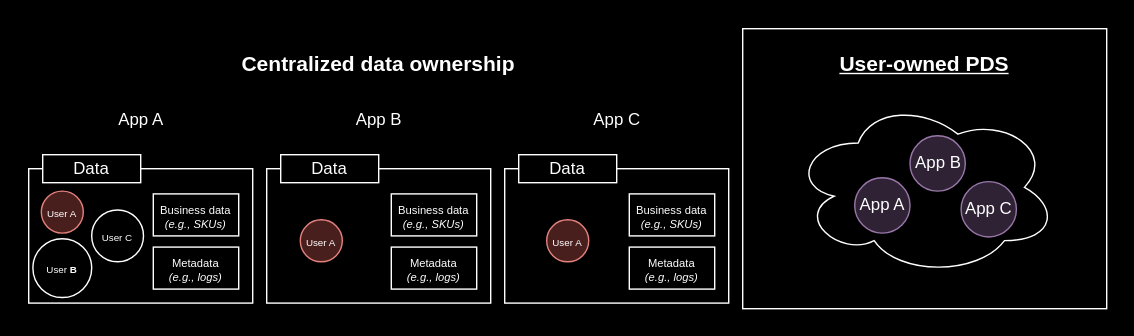
The draw.io diagram images/DataFragmentation.svg in basicdb/basic-docs, before a commit. Source tidied: cells renumbered, new cells last; positions are measured from the earlier drawing's top-left corner, leaving out a move shared by most shapes. The source it was exported from:
```xml
<mxGraphModel>
  <root>
    <mxCell id="0" />
    <mxCell id="1" parent="0" />
    <mxCell id="2" style="rounded=0;whiteSpace=wrap;html=1;hachureGap=4;fontFamily=Architects Daughter;fontSource=https%3A%2F%2Ffonts.googleapis.com%2Fcss%3Ffamily%3DArchitects%2BDaughter;strokeColor=none;" parent="1" vertex="1">
      <mxGeometry width="810" height="240" as="geometry" />
    </mxCell>
    <mxCell id="3" value="App A" style="text;html=1;align=center;verticalAlign=middle;whiteSpace=wrap;rounded=0;fontStyle=0;" parent="1" vertex="1">
      <mxGeometry x="32.5" y="70" width="135" height="30" as="geometry" />
    </mxCell>
    <mxCell id="4" style="rounded=0;whiteSpace=wrap;html=1;" parent="1" vertex="1">
      <mxGeometry x="20" y="120" width="160" height="96" as="geometry" />
    </mxCell>
    <mxCell id="5" value="Data" style="rounded=0;whiteSpace=wrap;html=1;" parent="1" vertex="1">
      <mxGeometry x="30" y="110" width="70" height="20" as="geometry" />
    </mxCell>
    <mxCell id="6" value="&lt;font style=&quot;font-size: 7px;&quot;&gt;User &lt;b&gt;B&lt;/b&gt;&lt;/font&gt;" style="ellipse;whiteSpace=wrap;html=1;" parent="1" vertex="1">
      <mxGeometry x="23" y="170" width="42" height="42" as="geometry" />
    </mxCell>
    <mxCell id="7" value="&lt;font style=&quot;font-size: 8px;&quot;&gt;Business data&lt;/font&gt;&lt;div style=&quot;font-size: 8px;&quot;&gt;&lt;font style=&quot;font-size: 8px;&quot;&gt;&lt;i&gt;(e.g., SKUs)&lt;/i&gt;&lt;/font&gt;&lt;/div&gt;" style="whiteSpace=wrap;html=1;" parent="1" vertex="1">
      <mxGeometry x="109" y="138" width="61" height="30" as="geometry" />
    </mxCell>
    <mxCell id="8" value="&lt;font style=&quot;font-size: 8px;&quot;&gt;Metadata&lt;/font&gt;&lt;div style=&quot;font-size: 8px;&quot;&gt;&lt;font style=&quot;font-size: 8px;&quot;&gt;&lt;i&gt;(e.g., logs)&lt;/i&gt;&lt;/font&gt;&lt;/div&gt;" style="whiteSpace=wrap;html=1;" parent="1" vertex="1">
      <mxGeometry x="109" y="176" width="61" height="30" as="geometry" />
    </mxCell>
    <mxCell id="9" value="&lt;font style=&quot;font-size: 7px;&quot;&gt;User A&lt;/font&gt;" style="ellipse;whiteSpace=wrap;html=1;fillColor=#f8cecc;strokeColor=#b85450;" parent="1" vertex="1">
      <mxGeometry x="29" y="136" width="30" height="30" as="geometry" />
    </mxCell>
    <mxCell id="10" value="&lt;font style=&quot;font-size: 7px;&quot;&gt;User C&lt;/font&gt;" style="ellipse;whiteSpace=wrap;html=1;" parent="1" vertex="1">
      <mxGeometry x="65" y="149.5" width="37" height="37" as="geometry" />
    </mxCell>
    <mxCell id="11" value="App B" style="text;html=1;align=center;verticalAlign=middle;whiteSpace=wrap;rounded=0;fontStyle=0;" parent="1" vertex="1">
      <mxGeometry x="202.5" y="70" width="135" height="30" as="geometry" />
    </mxCell>
    <mxCell id="12" style="rounded=0;whiteSpace=wrap;html=1;" parent="1" vertex="1">
      <mxGeometry x="190" y="120" width="160" height="96" as="geometry" />
    </mxCell>
    <mxCell id="13" value="Data" style="rounded=0;whiteSpace=wrap;html=1;" parent="1" vertex="1">
      <mxGeometry x="200" y="110" width="70" height="20" as="geometry" />
    </mxCell>
    <mxCell id="14" value="&lt;font style=&quot;font-size: 8px;&quot;&gt;Business data&lt;/font&gt;&lt;div style=&quot;font-size: 8px;&quot;&gt;&lt;font style=&quot;font-size: 8px;&quot;&gt;&lt;i&gt;(e.g., SKUs)&lt;/i&gt;&lt;/font&gt;&lt;/div&gt;" style="whiteSpace=wrap;html=1;" parent="1" vertex="1">
      <mxGeometry x="279" y="138" width="61" height="30" as="geometry" />
    </mxCell>
    <mxCell id="15" value="&lt;font style=&quot;font-size: 8px;&quot;&gt;Metadata&lt;/font&gt;&lt;div style=&quot;font-size: 8px;&quot;&gt;&lt;font style=&quot;font-size: 8px;&quot;&gt;&lt;i&gt;(e.g., logs)&lt;/i&gt;&lt;/font&gt;&lt;/div&gt;" style="whiteSpace=wrap;html=1;" parent="1" vertex="1">
      <mxGeometry x="279" y="176" width="61" height="30" as="geometry" />
    </mxCell>
    <mxCell id="16" value="&lt;font style=&quot;font-size: 7px;&quot;&gt;User A&lt;/font&gt;" style="ellipse;whiteSpace=wrap;html=1;fillColor=#f8cecc;strokeColor=#b85450;" parent="1" vertex="1">
      <mxGeometry x="214" y="156.5" width="30" height="30" as="geometry" />
    </mxCell>
    <mxCell id="17" value="App C" style="text;html=1;align=center;verticalAlign=middle;whiteSpace=wrap;rounded=0;fontStyle=0;" parent="1" vertex="1">
      <mxGeometry x="372.5" y="70" width="135" height="30" as="geometry" />
    </mxCell>
    <mxCell id="18" style="rounded=0;whiteSpace=wrap;html=1;" parent="1" vertex="1">
      <mxGeometry x="360" y="120" width="160" height="96" as="geometry" />
    </mxCell>
    <mxCell id="19" value="Data" style="rounded=0;whiteSpace=wrap;html=1;" parent="1" vertex="1">
      <mxGeometry x="370" y="110" width="70" height="20" as="geometry" />
    </mxCell>
    <mxCell id="20" value="&lt;font style=&quot;font-size: 8px;&quot;&gt;Business data&lt;/font&gt;&lt;div style=&quot;font-size: 8px;&quot;&gt;&lt;font style=&quot;font-size: 8px;&quot;&gt;&lt;i&gt;(e.g., SKUs)&lt;/i&gt;&lt;/font&gt;&lt;/div&gt;" style="whiteSpace=wrap;html=1;" parent="1" vertex="1">
      <mxGeometry x="449" y="138" width="61" height="30" as="geometry" />
    </mxCell>
    <mxCell id="21" value="&lt;font style=&quot;font-size: 8px;&quot;&gt;Metadata&lt;/font&gt;&lt;div style=&quot;font-size: 8px;&quot;&gt;&lt;font style=&quot;font-size: 8px;&quot;&gt;&lt;i&gt;(e.g., logs)&lt;/i&gt;&lt;/font&gt;&lt;/div&gt;" style="whiteSpace=wrap;html=1;" parent="1" vertex="1">
      <mxGeometry x="449" y="176" width="61" height="30" as="geometry" />
    </mxCell>
    <mxCell id="22" value="&lt;font style=&quot;font-size: 7px;&quot;&gt;User A&lt;/font&gt;" style="ellipse;whiteSpace=wrap;html=1;fillColor=#f8cecc;strokeColor=#b85450;" parent="1" vertex="1">
      <mxGeometry x="390" y="156.5" width="30" height="30" as="geometry" />
    </mxCell>
    <mxCell id="23" value="&lt;font style=&quot;font-size: 15px;&quot;&gt;Centralized data ownership&lt;/font&gt;" style="text;html=1;align=center;verticalAlign=middle;whiteSpace=wrap;rounded=0;fontStyle=1;" parent="1" vertex="1">
      <mxGeometry x="168.1" y="30" width="203.8" height="30" as="geometry" />
    </mxCell>
    <mxCell id="24" style="rounded=0;whiteSpace=wrap;html=1;" parent="1" vertex="1">
      <mxGeometry x="530" y="20" width="260" height="200" as="geometry" />
    </mxCell>
    <mxCell id="25" value="&lt;font style=&quot;font-size: 15px;&quot;&gt;User-owned PDS&lt;/font&gt;" style="text;html=1;align=center;verticalAlign=middle;whiteSpace=wrap;rounded=0;fontStyle=5;" parent="1" vertex="1">
      <mxGeometry x="576.2" y="30" width="167.5" height="30" as="geometry" />
    </mxCell>
    <mxCell id="26" style="ellipse;shape=cloud;whiteSpace=wrap;html=1;" parent="1" vertex="1">
      <mxGeometry x="565" y="70" width="190" height="126.7" as="geometry" />
    </mxCell>
    <mxCell id="27" value="App A" style="ellipse;whiteSpace=wrap;html=1;fillColor=#e1d5e7;strokeColor=#9673a6;" parent="1" vertex="1">
      <mxGeometry x="610" y="126.5" width="39.5" height="39.5" as="geometry" />
    </mxCell>
    <mxCell id="28" value="App B" style="ellipse;whiteSpace=wrap;html=1;fillColor=#e1d5e7;strokeColor=#9673a6;" parent="1" vertex="1">
      <mxGeometry x="649.5" y="96.5" width="39.5" height="39.5" as="geometry" />
    </mxCell>
    <mxCell id="29" value="App C" style="ellipse;whiteSpace=wrap;html=1;fillColor=#e1d5e7;strokeColor=#9673a6;" parent="1" vertex="1">
      <mxGeometry x="686" y="129.2" width="39.5" height="39.5" as="geometry" />
    </mxCell>
  </root>
</mxGraphModel>
```
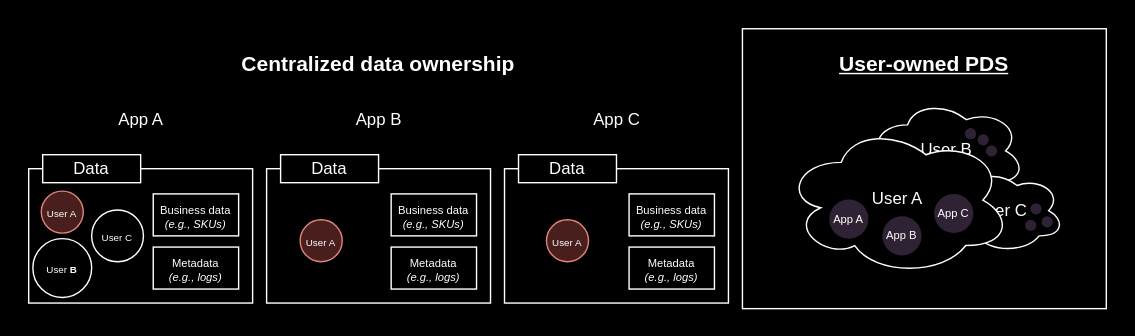
Above is the later version.

Diff of the diagram source:
```diff
@@ -74,17 +74,41 @@
     <mxCell id="25" value="&lt;font style=&quot;font-size: 15px;&quot;&gt;User-owned PDS&lt;/font&gt;" style="text;html=1;align=center;verticalAlign=middle;whiteSpace=wrap;rounded=0;fontStyle=5;" parent="1" vertex="1">
       <mxGeometry x="576.2" y="30" width="167.5" height="30" as="geometry" />
     </mxCell>
+    <mxCell id="30" value="User B" style="ellipse;shape=cloud;whiteSpace=wrap;html=1;" parent="1" vertex="1">
+      <mxGeometry x="620" y="70" width="112" height="74.7" as="geometry" />
+    </mxCell>
+    <mxCell id="31" value="User C" style="ellipse;shape=cloud;whiteSpace=wrap;html=1;" parent="1" vertex="1">
+      <mxGeometry x="670" y="120" width="90" height="60" as="geometry" />
+    </mxCell>
-    <mxCell id="26" style="ellipse;shape=cloud;whiteSpace=wrap;html=1;" parent="1" vertex="1">
-      <mxGeometry x="565" y="70" width="190" height="126.7" as="geometry" />
+    <mxCell id="26" value="User A" style="ellipse;shape=cloud;whiteSpace=wrap;html=1;" parent="1" vertex="1">
+      <mxGeometry x="560" y="88.5" width="162" height="108" as="geometry" />
     </mxCell>
-    <mxCell id="27" value="App A" style="ellipse;whiteSpace=wrap;html=1;fillColor=#e1d5e7;strokeColor=#9673a6;" parent="1" vertex="1">
-      <mxGeometry x="610" y="126.5" width="39.5" height="39.5" as="geometry" />
+    <mxCell id="27" value="App A" style="ellipse;whiteSpace=wrap;html=1;fillColor=#e1d5e7;strokeColor=none;fontSize=8;" parent="1" vertex="1">
+      <mxGeometry x="592" y="142" width="28" height="28" as="geometry" />
     </mxCell>
-    <mxCell id="28" value="App B" style="ellipse;whiteSpace=wrap;html=1;fillColor=#e1d5e7;strokeColor=#9673a6;" parent="1" vertex="1">
-      <mxGeometry x="649.5" y="96.5" width="39.5" height="39.5" as="geometry" />
+    <mxCell id="28" value="App B" style="ellipse;whiteSpace=wrap;html=1;fillColor=#e1d5e7;strokeColor=none;fontSize=8;" parent="1" vertex="1">
+      <mxGeometry x="630" y="154" width="28" height="28" as="geometry" />
     </mxCell>
-    <mxCell id="29" value="App C" style="ellipse;whiteSpace=wrap;html=1;fillColor=#e1d5e7;strokeColor=#9673a6;" parent="1" vertex="1">
-      <mxGeometry x="686" y="129.2" width="39.5" height="39.5" as="geometry" />
+    <mxCell id="29" value="App C" style="ellipse;whiteSpace=wrap;html=1;fillColor=#e1d5e7;strokeColor=none;fontSize=8;" parent="1" vertex="1">
+      <mxGeometry x="667" y="138" width="28" height="28" as="geometry" />
     </mxCell>
+    <mxCell id="32" style="ellipse;whiteSpace=wrap;html=1;fillColor=#e1d5e7;strokeColor=none;fontSize=8;strokeWidth=0.25;" parent="1" vertex="1">
+      <mxGeometry x="689" y="91" width="8" height="8" as="geometry" />
+    </mxCell>
+    <mxCell id="33" style="ellipse;whiteSpace=wrap;html=1;fillColor=#e1d5e7;strokeColor=none;fontSize=8;strokeWidth=0.25;" parent="1" vertex="1">
+      <mxGeometry x="698" y="95.3" width="8" height="8" as="geometry" />
+    </mxCell>
+    <mxCell id="34" style="ellipse;whiteSpace=wrap;html=1;fillColor=#e1d5e7;strokeColor=none;fontSize=8;strokeWidth=0.25;" parent="1" vertex="1">
+      <mxGeometry x="704" y="103.3" width="8" height="8" as="geometry" />
+    </mxCell>
+    <mxCell id="35" style="ellipse;whiteSpace=wrap;html=1;fillColor=#e1d5e7;strokeColor=none;fontSize=8;strokeWidth=0.25;" parent="1" vertex="1">
+      <mxGeometry x="732" y="156.5" width="8" height="8" as="geometry" />
+    </mxCell>
+    <mxCell id="36" style="ellipse;whiteSpace=wrap;html=1;fillColor=#e1d5e7;strokeColor=none;fontSize=8;strokeWidth=0.25;" parent="1" vertex="1">
+      <mxGeometry x="743.8" y="154" width="8" height="8" as="geometry" />
+    </mxCell>
+    <mxCell id="37" style="ellipse;whiteSpace=wrap;html=1;fillColor=#e1d5e7;strokeColor=none;fontSize=8;strokeWidth=0.25;" parent="1" vertex="1">
+      <mxGeometry x="735.8" y="144.7" width="8" height="8" as="geometry" />
+    </mxCell>
   </root>
 </mxGraphModel>
```
